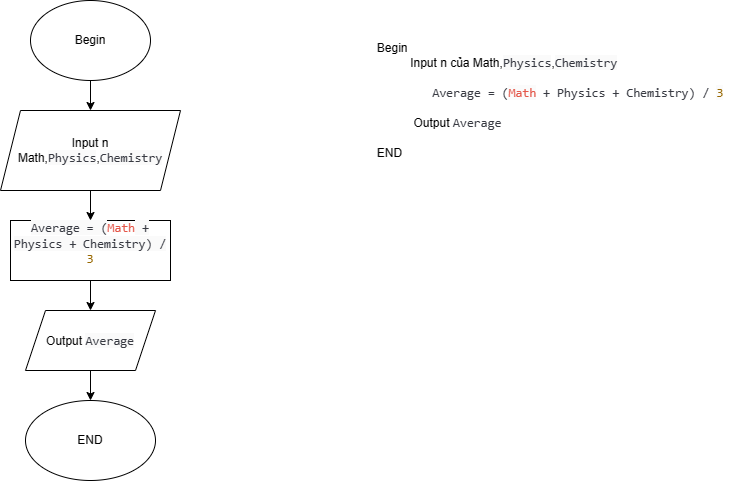
The draw.io diagram thuật toán tính điểm trung bình.drawio.png in ThienDang1411/A0323i1-Dang-Van-Tri-Thien, before a commit. Source tidied: cells renumbered, new cells last; positions are measured from the earlier drawing's top-left corner, leaving out a move shared by most shapes.
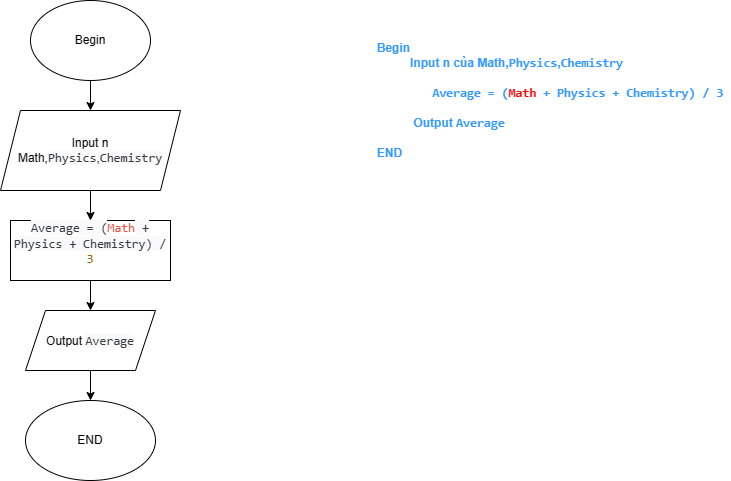
The same diagram one commit later.

Diff of the diagram source:
```diff
@@ -29,7 +29,7 @@
     <mxCell id="10" value="END" style="ellipse;whiteSpace=wrap;html=1;" parent="1" vertex="1">
       <mxGeometry x="25" y="400" width="130" height="80" as="geometry" />
     </mxCell>
-    <mxCell id="11" value="&lt;div style=&quot;text-align: left;&quot;&gt;&lt;span style=&quot;background-color: initial;&quot;&gt;Begin&lt;/span&gt;&lt;/div&gt;&lt;div style=&quot;text-align: left;&quot;&gt;&lt;span style=&quot;background-color: initial;&quot;&gt;&amp;nbsp; &amp;nbsp; &amp;nbsp; &amp;nbsp; &amp;nbsp; Input n của Math,&lt;/span&gt;&lt;span style=&quot;border-color: var(--border-color); color: rgb(56, 58, 66); font-family: SFMono-Regular, Menlo, Monaco, Consolas, &amp;quot;Liberation Mono&amp;quot;, &amp;quot;Courier New&amp;quot;, monospace; font-size: 12.6px; background-color: rgb(250, 250, 250);&quot;&gt;Physics&lt;/span&gt;&lt;span style=&quot;background-color: initial;&quot;&gt;,&lt;/span&gt;&lt;span style=&quot;border-color: var(--border-color); color: rgb(56, 58, 66); font-family: SFMono-Regular, Menlo, Monaco, Consolas, &amp;quot;Liberation Mono&amp;quot;, &amp;quot;Courier New&amp;quot;, monospace; font-size: 12.6px; background-color: rgb(250, 250, 250);&quot;&gt;Chemistry&lt;/span&gt;&lt;/div&gt;&lt;span style=&quot;border-color: var(--border-color); background-color: rgb(250, 250, 250);&quot;&gt;&lt;div style=&quot;text-align: left;&quot;&gt;&lt;br&gt;&lt;/div&gt;&lt;span style=&quot;color: rgb(56, 58, 66); font-family: SFMono-Regular, Menlo, Monaco, Consolas, &amp;quot;Liberation Mono&amp;quot;, &amp;quot;Courier New&amp;quot;, monospace; font-size: 12.6px; border-color: var(--border-color);&quot;&gt;&lt;div style=&quot;text-align: left;&quot;&gt;&lt;span style=&quot;font-size: 12.6px; border-color: var(--border-color);&quot;&gt;&amp;nbsp; &amp;nbsp; &amp;nbsp; &amp;nbsp; Average = (&lt;/span&gt;&lt;span style=&quot;color: rgb(228, 86, 73); font-size: 12.6px; border-color: var(--border-color); background-color: rgb(251, 251, 251); box-sizing: border-box;&quot; class=&quot;hljs-name&quot;&gt;Math&lt;/span&gt;&lt;span style=&quot;font-size: 12.6px; border-color: var(--border-color);&quot;&gt;&amp;nbsp;+ Physics + Chemistry) /&amp;nbsp;&lt;/span&gt;&lt;span style=&quot;color: rgb(152, 104, 1); font-size: 12.6px; border-color: var(--border-color); background-color: rgb(251, 251, 251); box-sizing: border-box;&quot; class=&quot;hljs-number&quot;&gt;3&lt;/span&gt;&lt;/div&gt;&lt;/span&gt;&lt;span style=&quot;border-color: var(--border-color); background-color: rgb(251, 251, 251); box-sizing: border-box;&quot; class=&quot;hljs-number&quot;&gt;&lt;div style=&quot;text-align: left;&quot;&gt;&lt;font face=&quot;SFMono-Regular, Menlo, Monaco, Consolas, Liberation Mono, Courier New, monospace&quot; color=&quot;#986801&quot;&gt;&lt;span style=&quot;font-size: 12.6px;&quot;&gt;&lt;br&gt;&lt;/span&gt;&lt;/font&gt;&lt;/div&gt;&lt;/span&gt;&lt;span style=&quot;color: rgb(0, 0, 0); font-family: Helvetica; font-size: 12px; background-color: rgb(251, 251, 251);&quot;&gt;&lt;div style=&quot;text-align: left;&quot;&gt;&amp;nbsp; &amp;nbsp; &amp;nbsp; &amp;nbsp; &amp;nbsp; &amp;nbsp;Output&amp;nbsp;&lt;span style=&quot;color: rgb(56, 58, 66); font-family: SFMono-Regular, Menlo, Monaco, Consolas, &amp;quot;Liberation Mono&amp;quot;, &amp;quot;Courier New&amp;quot;, monospace; font-size: 12.6px; border-color: var(--border-color);&quot;&gt;Average&lt;/span&gt;&lt;/div&gt;&lt;/span&gt;&lt;span style=&quot;border-color: var(--border-color);&quot;&gt;&lt;div style=&quot;text-align: left;&quot;&gt;&lt;font face=&quot;SFMono-Regular, Menlo, Monaco, Consolas, Liberation Mono, Courier New, monospace&quot; color=&quot;#383a42&quot;&gt;&lt;span style=&quot;font-size: 12.6px;&quot;&gt;&lt;br&gt;&lt;/span&gt;&lt;/font&gt;&lt;/div&gt;&lt;/span&gt;&lt;span style=&quot;color: rgb(0, 0, 0); font-family: Helvetica; font-size: 12px; background-color: rgb(251, 251, 251);&quot;&gt;&lt;div style=&quot;text-align: left;&quot;&gt;END&lt;/div&gt;&lt;/span&gt;&lt;/span&gt;" style="text;strokeColor=none;align=center;fillColor=none;html=1;verticalAlign=middle;whiteSpace=wrap;rounded=0;" parent="1" vertex="1">
+    <mxCell id="11" value="&lt;div style=&quot;text-align: left;&quot;&gt;&lt;b style=&quot;background-color: rgb(255, 255, 255);&quot;&gt;&lt;font color=&quot;#3399ff&quot;&gt;Begin&lt;/font&gt;&lt;/b&gt;&lt;/div&gt;&lt;div style=&quot;text-align: left;&quot;&gt;&lt;b style=&quot;background-color: rgb(255, 255, 255);&quot;&gt;&lt;font color=&quot;#3399ff&quot;&gt;&amp;nbsp; &amp;nbsp; &amp;nbsp; &amp;nbsp; &amp;nbsp; Input n của Math,&lt;span style=&quot;border-color: var(--border-color); font-family: SFMono-Regular, Menlo, Monaco, Consolas, &amp;quot;Liberation Mono&amp;quot;, &amp;quot;Courier New&amp;quot;, monospace; font-size: 12.6px;&quot;&gt;Physics&lt;/span&gt;,&lt;span style=&quot;border-color: var(--border-color); font-family: SFMono-Regular, Menlo, Monaco, Consolas, &amp;quot;Liberation Mono&amp;quot;, &amp;quot;Courier New&amp;quot;, monospace; font-size: 12.6px;&quot;&gt;Chemistry&lt;/span&gt;&lt;/font&gt;&lt;/b&gt;&lt;/div&gt;&lt;span style=&quot;border-color: var(--border-color); background-color: rgb(255, 255, 255);&quot;&gt;&lt;b style=&quot;&quot;&gt;&lt;div style=&quot;color: rgb(51, 153, 255); text-align: left;&quot;&gt;&lt;br&gt;&lt;/div&gt;&lt;span style=&quot;font-family: SFMono-Regular, Menlo, Monaco, Consolas, &amp;quot;Liberation Mono&amp;quot;, &amp;quot;Courier New&amp;quot;, monospace; font-size: 12.6px; border-color: var(--border-color);&quot;&gt;&lt;div style=&quot;text-align: left;&quot;&gt;&lt;span style=&quot;color: rgb(51, 153, 255); font-size: 12.6px; border-color: var(--border-color);&quot;&gt;&amp;nbsp; &amp;nbsp; &amp;nbsp; &amp;nbsp; Average = (&lt;/span&gt;&lt;span class=&quot;hljs-name&quot; style=&quot;font-size: 12.6px; border-color: var(--border-color); box-sizing: border-box;&quot;&gt;&lt;font color=&quot;#ff0000&quot;&gt;Math&lt;/font&gt;&lt;/span&gt;&lt;span style=&quot;font-size: 12.6px; border-color: var(--border-color);&quot;&gt;&lt;font color=&quot;#ff0000&quot;&gt;&amp;nbsp;&lt;/font&gt;&lt;font color=&quot;#3399ff&quot;&gt;+ Physics + Chemistry) /&amp;nbsp;&lt;/font&gt;&lt;/span&gt;&lt;span class=&quot;hljs-number&quot; style=&quot;color: rgb(51, 153, 255); font-size: 12.6px; border-color: var(--border-color); box-sizing: border-box;&quot;&gt;3&lt;/span&gt;&lt;/div&gt;&lt;/span&gt;&lt;span class=&quot;hljs-number&quot; style=&quot;color: rgb(51, 153, 255); border-color: var(--border-color); box-sizing: border-box;&quot;&gt;&lt;div style=&quot;text-align: left;&quot;&gt;&lt;font face=&quot;SFMono-Regular, Menlo, Monaco, Consolas, Liberation Mono, Courier New, monospace&quot;&gt;&lt;span style=&quot;font-size: 12.6px;&quot;&gt;&lt;br&gt;&lt;/span&gt;&lt;/font&gt;&lt;/div&gt;&lt;/span&gt;&lt;span style=&quot;color: rgb(51, 153, 255); font-family: Helvetica; font-size: 12px;&quot;&gt;&lt;div style=&quot;text-align: left;&quot;&gt;&amp;nbsp; &amp;nbsp; &amp;nbsp; &amp;nbsp; &amp;nbsp; &amp;nbsp;Output&amp;nbsp;&lt;span style=&quot;font-family: SFMono-Regular, Menlo, Monaco, Consolas, &amp;quot;Liberation Mono&amp;quot;, &amp;quot;Courier New&amp;quot;, monospace; font-size: 12.6px; border-color: var(--border-color);&quot;&gt;Average&lt;/span&gt;&lt;/div&gt;&lt;/span&gt;&lt;span style=&quot;color: rgb(51, 153, 255); border-color: var(--border-color);&quot;&gt;&lt;div style=&quot;text-align: left;&quot;&gt;&lt;font face=&quot;SFMono-Regular, Menlo, Monaco, Consolas, Liberation Mono, Courier New, monospace&quot;&gt;&lt;span style=&quot;font-size: 12.6px;&quot;&gt;&lt;br&gt;&lt;/span&gt;&lt;/font&gt;&lt;/div&gt;&lt;/span&gt;&lt;span style=&quot;color: rgb(51, 153, 255); font-family: Helvetica; font-size: 12px;&quot;&gt;&lt;div style=&quot;text-align: left;&quot;&gt;END&lt;/div&gt;&lt;/span&gt;&lt;/b&gt;&lt;/span&gt;" style="text;strokeColor=none;align=center;fillColor=none;html=1;verticalAlign=middle;whiteSpace=wrap;rounded=0;" parent="1" vertex="1">
       <mxGeometry x="370" y="30" width="360" height="140" as="geometry" />
     </mxCell>
   </root>
```
